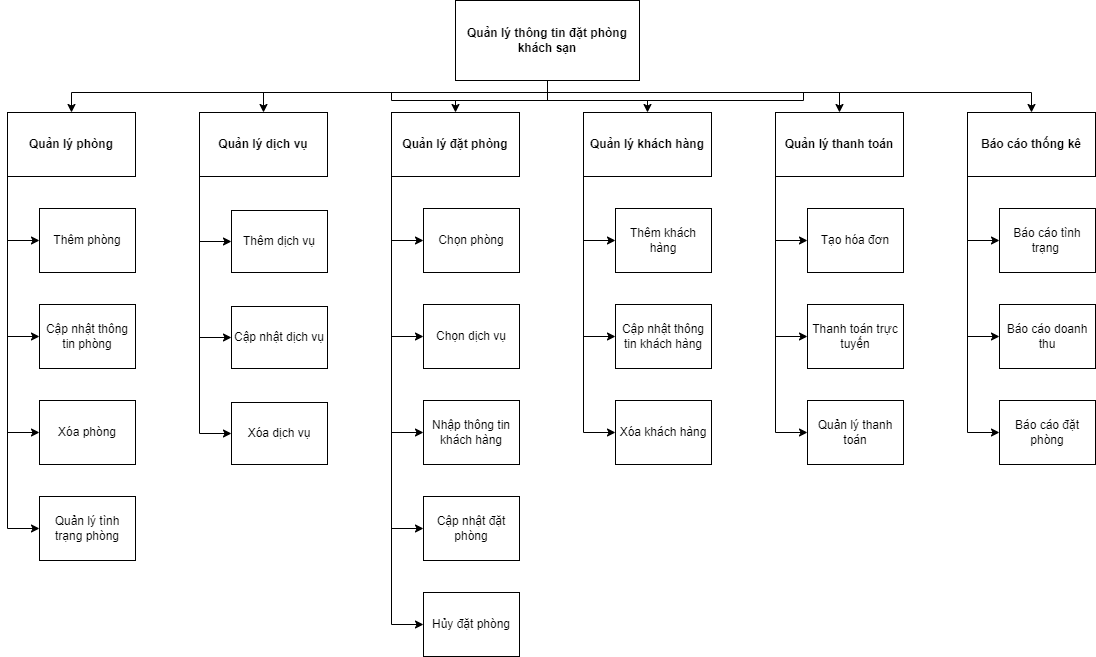
Earlier version of the draw.io export Untitled Diagram.drawio.png (EricMai2112/image-diagram). Source tidied: cells renumbered, new cells last; positions are measured from the earlier drawing's top-left corner, leaving out a move shared by most shapes.
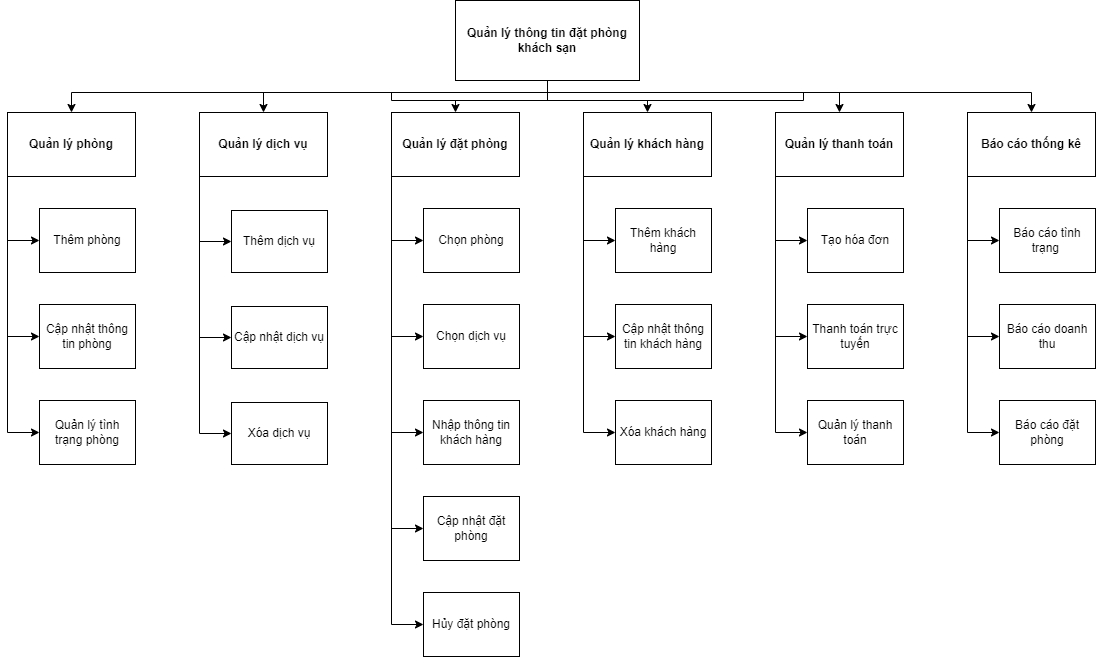
After the commit.

Change to the diagram source:
```diff
@@ -39,9 +39,6 @@
     <mxCell id="10" style="edgeStyle=orthogonalEdgeStyle;rounded=0;jettySize=auto;html=1;exitX=0;exitY=1;exitDx=0;exitDy=0;entryX=0;entryY=0.5;entryDx=0;entryDy=0;" parent="1" edge="1" source="13" target="37">
       <mxGeometry relative="1" as="geometry" />
     </mxCell>
-    <mxCell id="11" style="edgeStyle=orthogonalEdgeStyle;rounded=0;jettySize=auto;html=1;exitX=0;exitY=1;exitDx=0;exitDy=0;entryX=0;entryY=0.5;entryDx=0;entryDy=0;" parent="1" edge="1" source="13" target="38">
-      <mxGeometry relative="1" as="geometry" />
-    </mxCell>
     <mxCell id="12" style="edgeStyle=orthogonalEdgeStyle;rounded=0;jettySize=auto;html=1;exitX=0;exitY=1;exitDx=0;exitDy=0;entryX=0;entryY=0.5;entryDx=0;entryDy=0;" parent="1" edge="1" source="13" target="39">
       <mxGeometry relative="1" as="geometry" />
     </mxCell>
@@ -120,11 +117,8 @@
     <mxCell id="37" value="Cập nhật thông tin phòng" style="rounded=0;whiteSpace=wrap;html=1;" parent="1" vertex="1">
       <mxGeometry x="32" y="304" width="96" height="64" as="geometry" />
     </mxCell>
-    <mxCell id="38" value="Xóa phòng" style="rounded=0;whiteSpace=wrap;html=1;" parent="1" vertex="1">
-      <mxGeometry x="32" y="400" width="96" height="64" as="geometry" />
-    </mxCell>
     <mxCell id="39" value="Quản lý tình trạng phòng" style="rounded=0;whiteSpace=wrap;html=1;" parent="1" vertex="1">
-      <mxGeometry x="32" y="496" width="96" height="64" as="geometry" />
+      <mxGeometry x="32" y="400" width="96" height="64" as="geometry" />
     </mxCell>
     <mxCell id="40" value="Thêm dịch vụ" style="rounded=0;whiteSpace=wrap;html=1;" parent="1" vertex="1">
       <mxGeometry x="224" y="210" width="96" height="62" as="geometry" />
```
